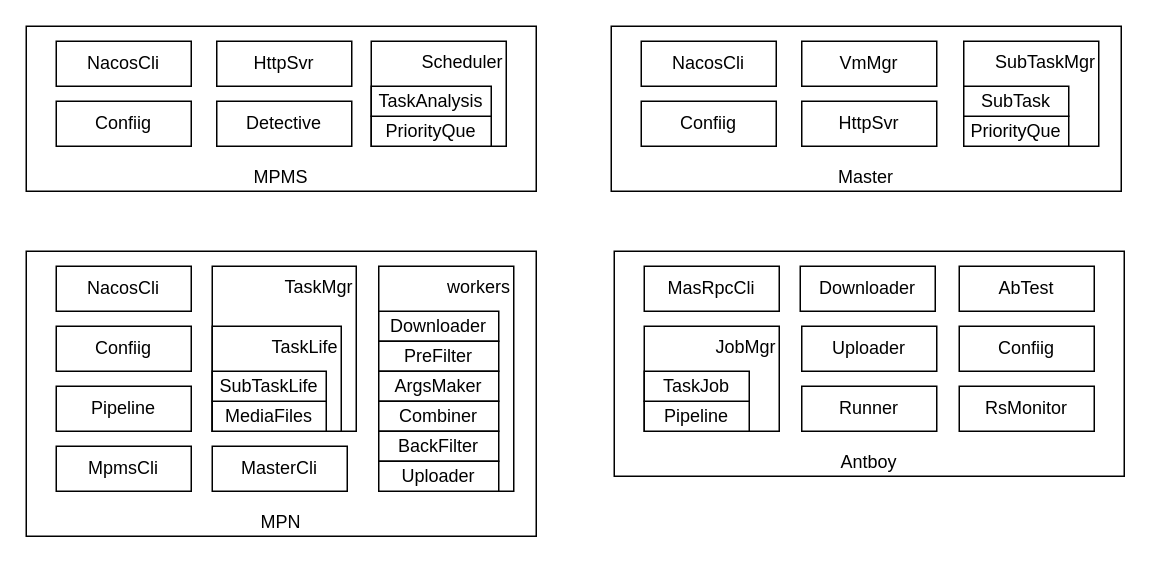
zebra-min/my-design keeps this draw.io diagram as page "第二层" (2 of 2) of 梧桐.drawio. Above is the earlier version. Source tidied: cells renumbered, new cells numbered last; positions are measured from the earlier drawing's top-left corner, leaving out a move shared by most shapes. Both pictures are drawn from the tidied source at 150%, with x=0, y=0 at pixel (26, 26).
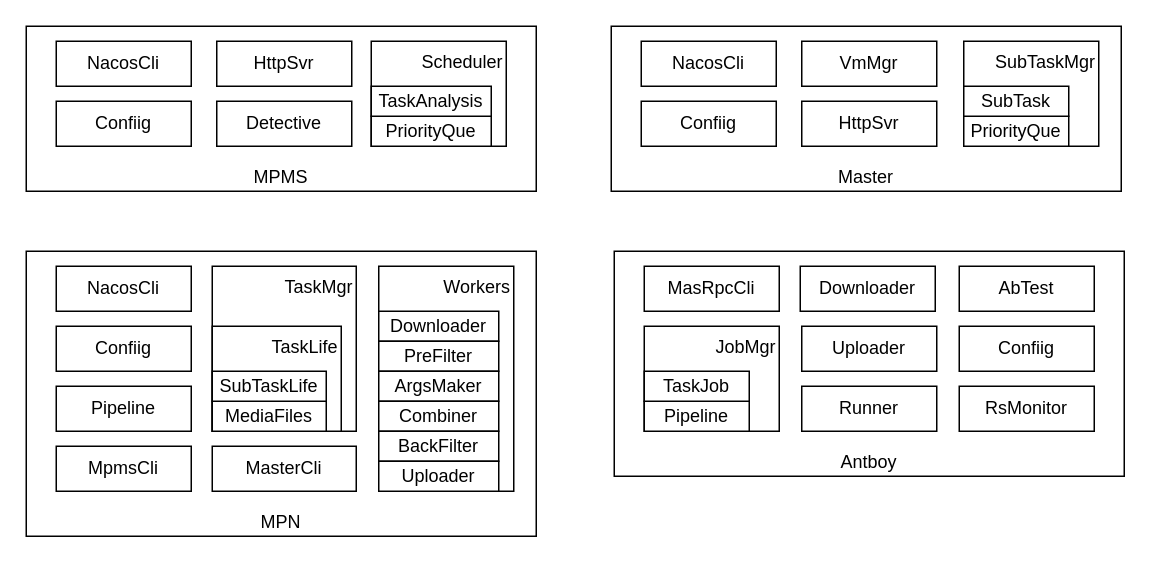
The same page after the edit.

The edit, as a diff of the source:
```diff
@@
-    <mxCell id="3" value="workers" style="rounded=0;whiteSpace=wrap;html=1;horizontal=1;align=right;verticalAlign=top;" parent="1" vertex="1">
+    <mxCell id="3" value="Workers" style="rounded=0;whiteSpace=wrap;html=1;horizontal=1;align=right;verticalAlign=top;" parent="1" vertex="1">
       <mxGeometry x="235" y="160" width="90" height="150" as="geometry" />
     </mxCell>
@@
     <mxCell id="36" value="MasterCli" style="rounded=0;whiteSpace=wrap;html=1;" parent="1" vertex="1">
-      <mxGeometry x="124" y="280" width="90" height="30" as="geometry" />
+      <mxGeometry x="124" y="280" width="96" height="30" as="geometry" />
     </mxCell>
```
